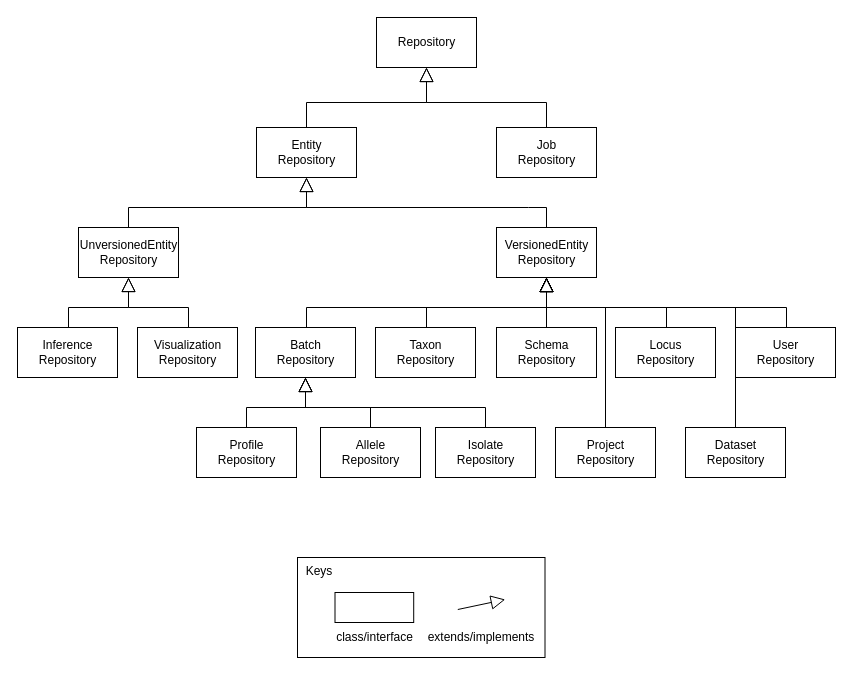
Above: wiki/draw.io/phylodb/generalization-repositories.drawio in phyloviz/phyloDB (draw.io), before the change. Source tidied: cells renumbered, new cells numbered last; positions are measured from the earlier drawing's top-left corner, leaving out a move shared by most shapes. Both pictures are drawn from the tidied source at 100%, with x=0, y=0 at pixel (17, 17).
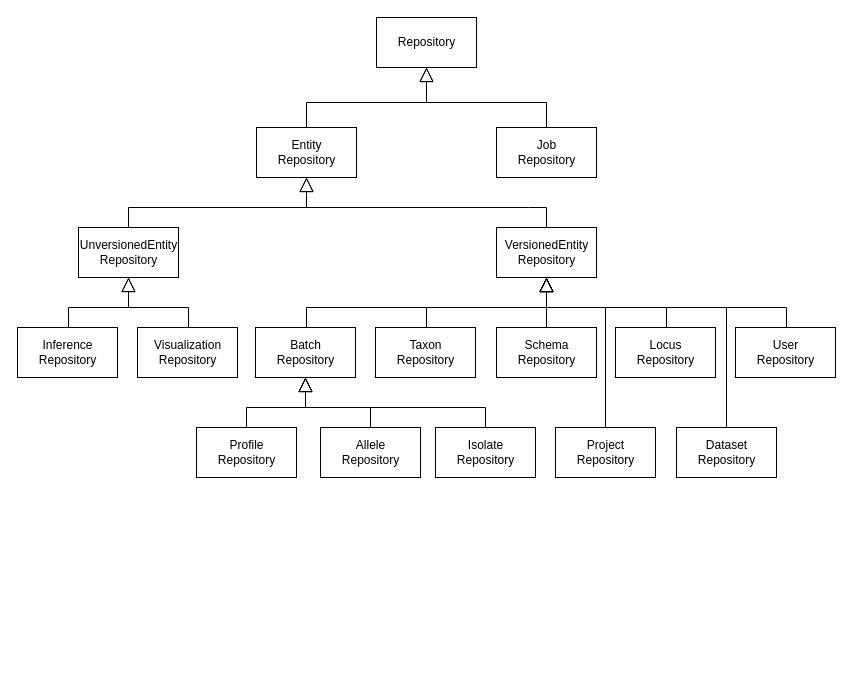
The same page after the edit.

The change refers to these unchanged cells:
```xml
<mxCell id="8" value="VersionedEntity&lt;br&gt;Repository" style="html=1;" parent="1" vertex="1">
  <mxGeometry x="479" y="210" width="100" height="50" as="geometry" />
</mxCell>
```

The edit, as a diff of the source:
```diff
@@
     <mxCell id="19" style="edgeStyle=orthogonalEdgeStyle;rounded=0;jettySize=auto;html=1;exitX=0.5;exitY=0;exitDx=0;exitDy=0;entryX=0.5;entryY=1;entryDx=0;entryDy=0;startArrow=none;startFill=0;endArrow=block;endFill=0;endSize=12;" parent="1" edge="1" source="20" target="8">
       <mxGeometry relative="1" as="geometry">
         <Array as="points">
-          <mxPoint x="718" y="290" />
+          <mxPoint x="709" y="410" />
+          <mxPoint x="709" y="290" />
           <mxPoint x="529" y="290" />
         </Array>
       </mxGeometry>
     </mxCell>
     <mxCell id="20" value="Dataset&lt;br&gt;Repository" style="html=1;" parent="1" vertex="1">
-      <mxGeometry x="668" y="410" width="100" height="50" as="geometry" />
+      <mxGeometry x="659" y="410" width="100" height="50" as="geometry" />
     </mxCell>
@@
-    <mxCell id="33" style="group;" parent="1" vertex="1">
-      <mxGeometry x="280" y="540" width="247.5" height="100" as="geometry" />
-    </mxCell>
-    <mxCell id="34" value="&amp;nbsp; Keys" style="rounded=0;whiteSpace=wrap;html=1;align=left;verticalAlign=top;" parent="33" vertex="1">
-      <mxGeometry width="247.5" height="100" as="geometry" />
-    </mxCell>
-    <mxCell id="35" style="endArrow=block;html=1;exitX=1;exitY=0.5;exitDx=0;exitDy=0;startArrow=none;startFill=0;endFill=0;endSize=12;" parent="33" edge="1">
-      <mxGeometry relative="1" as="geometry">
-        <mxPoint x="160.3" y="52" as="sourcePoint" />
-        <mxPoint x="207.7" y="42" as="targetPoint" />
-      </mxGeometry>
-    </mxCell>
-    <mxCell id="36" value="extends/implements" style="text;html=1;strokeColor=none;fillColor=none;align=center;verticalAlign=middle;whiteSpace=wrap;rounded=0;" parent="33" vertex="1">
-      <mxGeometry x="139" y="70" width="89.5" height="20" as="geometry" />
-    </mxCell>
-    <mxCell id="37" value="class/interface" style="text;html=1;strokeColor=none;fillColor=none;align=center;verticalAlign=middle;whiteSpace=wrap;rounded=0;" parent="33" vertex="1">
-      <mxGeometry x="45.5" y="70" width="62.7" height="20" as="geometry" />
-    </mxCell>
-    <mxCell id="38" style="rounded=0;whiteSpace=wrap;html=1;" parent="33" vertex="1">
-      <mxGeometry x="37.5" y="35" width="78.7" height="30" as="geometry" />
-    </mxCell>
```
